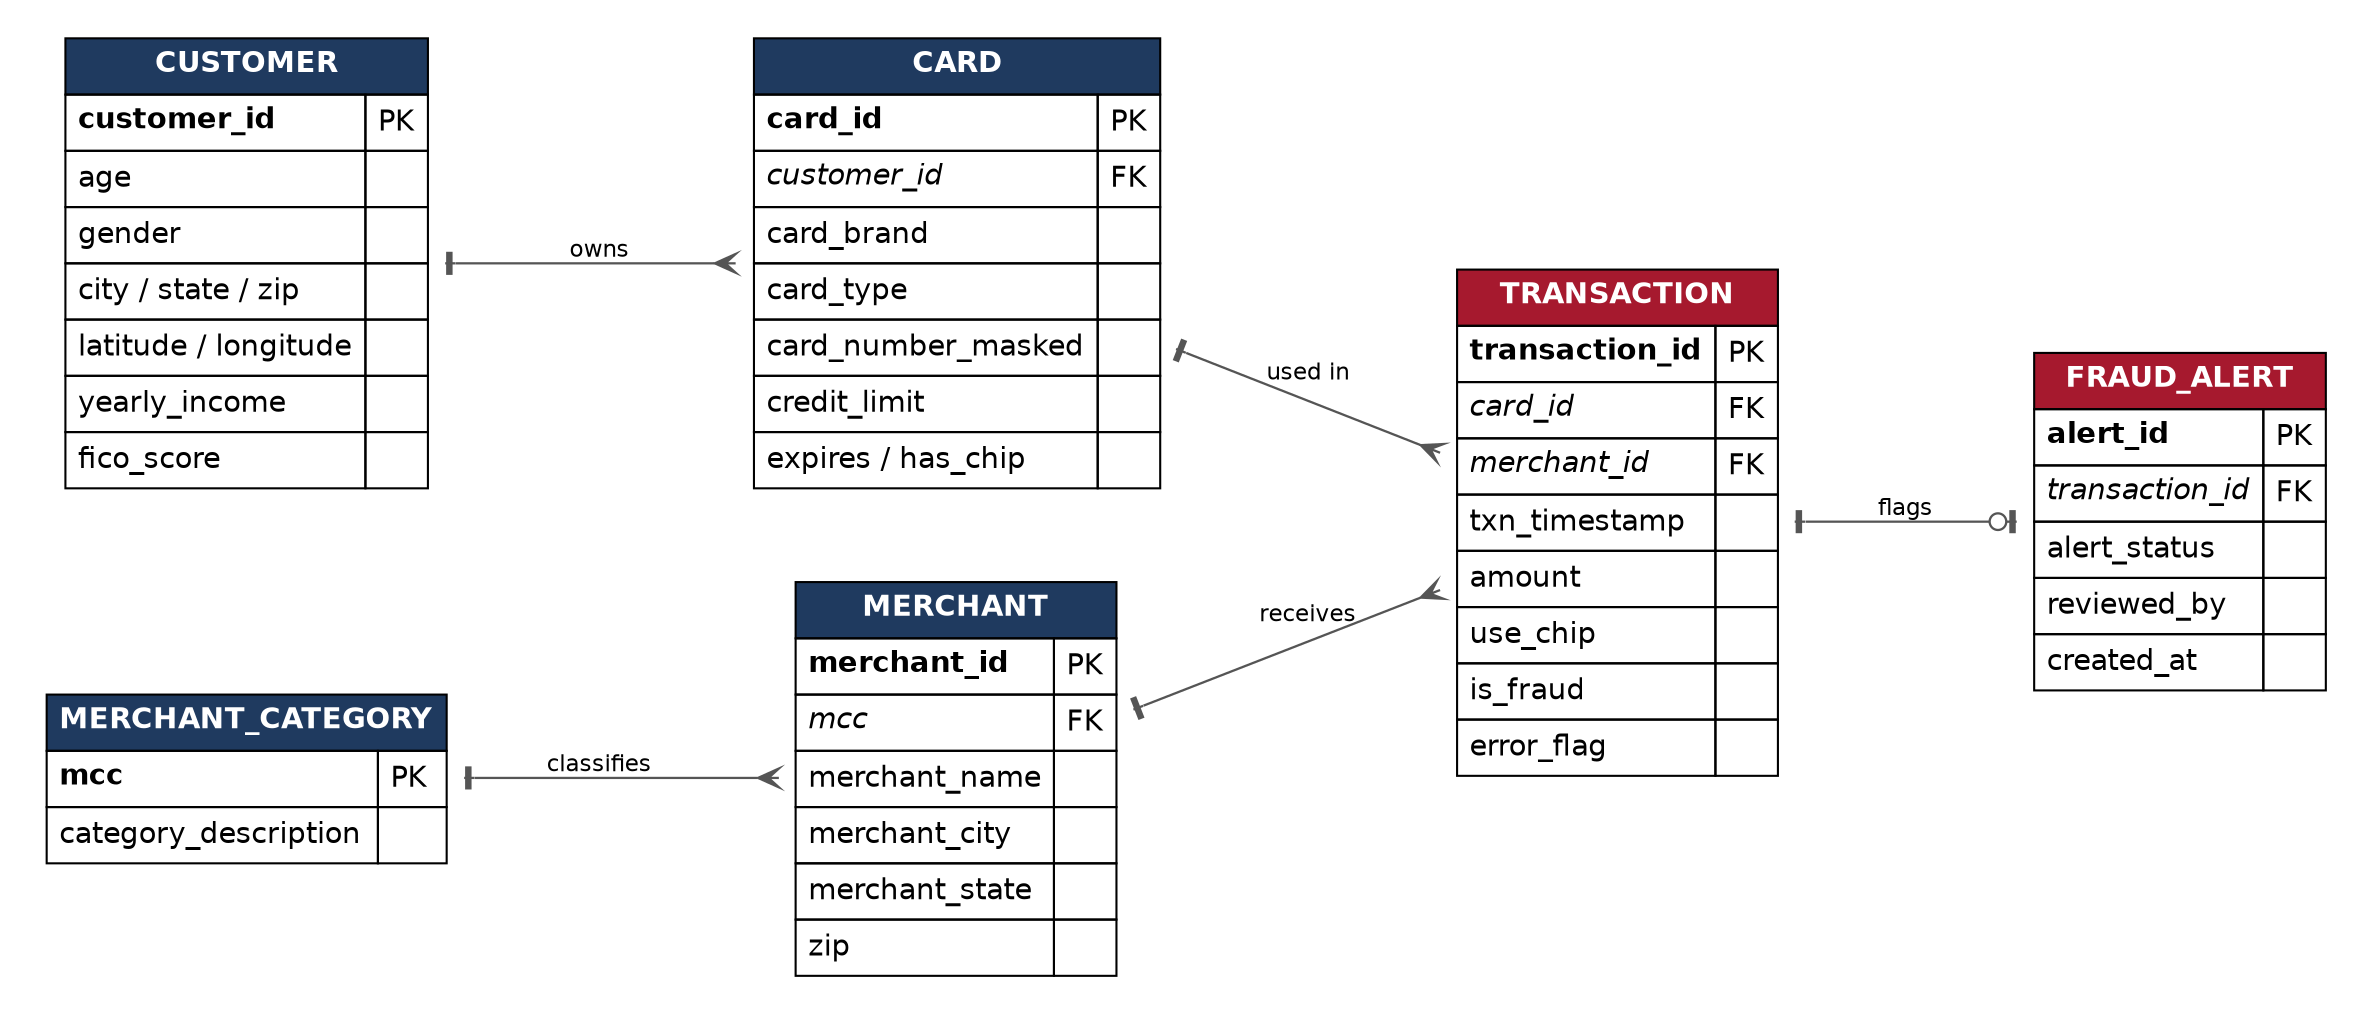
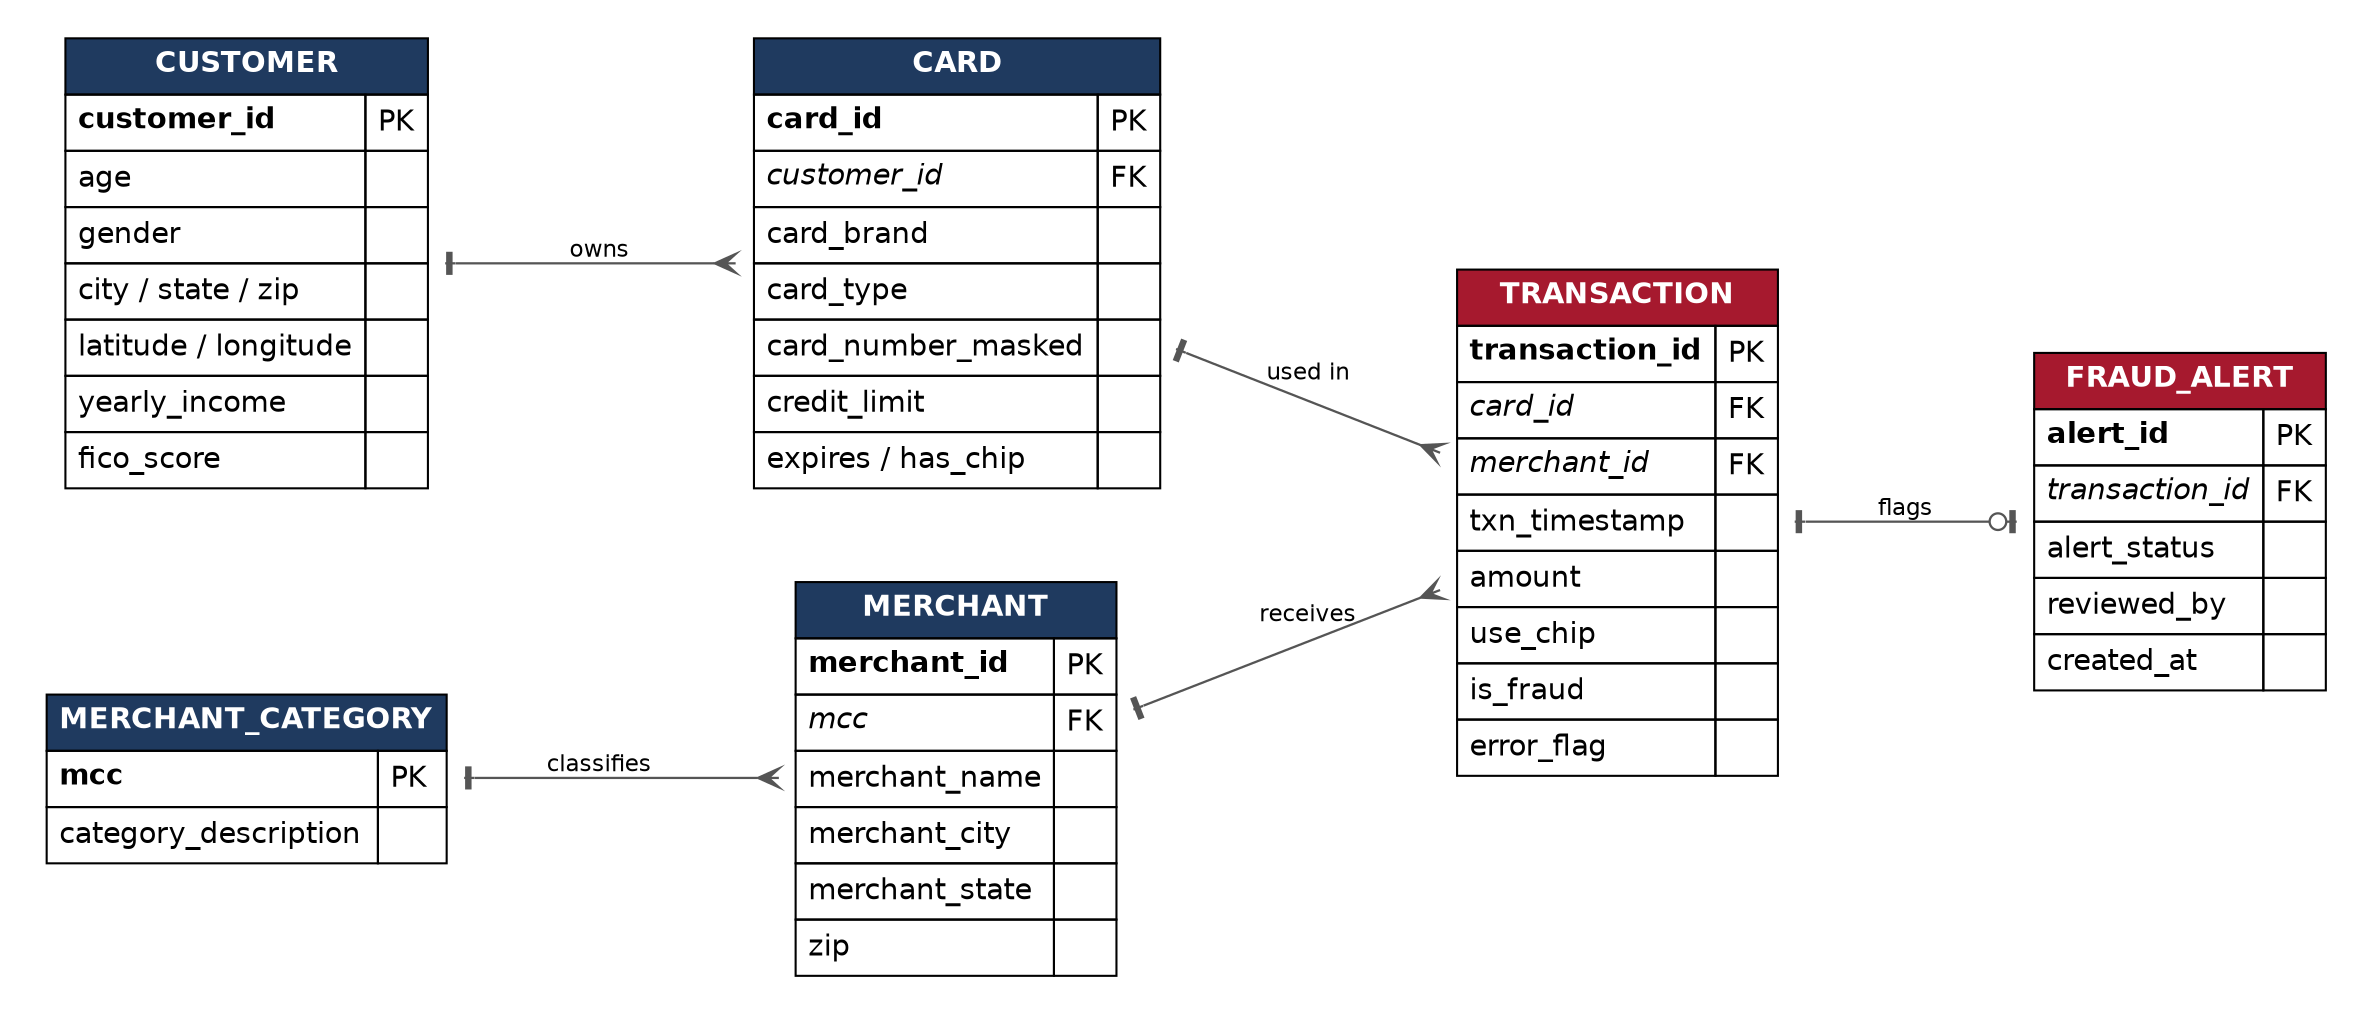
digraph ER {
-   graph [rankdir=LR, splines=spline, nodesep=0.5, ranksep=1.1, bgcolor=transparent, pad=0.2];
+   graph [rankdir=LR, splines=spline, nodesep=0.5, ranksep=1.1, bgcolor="white", pad=0.2];
  node  [shape=plaintext, fontname="Helvetica"];
  edge  [fontname="Helvetica", fontsize=11, color="#555555", dir=both, penwidth=1.1];

  CUSTOMER [label=<
    <table border="0" cellborder="1" cellspacing="0" cellpadding="5">
      <tr><td bgcolor="#1F3A5F" colspan="2"><font color="white"><b>CUSTOMER</b></font></td></tr>
      <tr><td align="left"><b>customer_id</b></td><td align="left">PK</td></tr>
      <tr><td align="left">age</td><td align="left"></td></tr>
      <tr><td align="left">gender</td><td align="left"></td></tr>
      <tr><td align="left">city / state / zip</td><td align="left"></td></tr>
      <tr><td align="left">latitude / longitude</td><td align="left"></td></tr>
      <tr><td align="left">yearly_income</td><td align="left"></td></tr>
      <tr><td align="left">fico_score</td><td align="left"></td></tr>
    </table>>];

  CARD [label=<
    <table border="0" cellborder="1" cellspacing="0" cellpadding="5">
      <tr><td bgcolor="#1F3A5F" colspan="2"><font color="white"><b>CARD</b></font></td></tr>
      <tr><td align="left"><b>card_id</b></td><td align="left">PK</td></tr>
      <tr><td align="left"><i>customer_id</i></td><td align="left">FK</td></tr>
      <tr><td align="left">card_brand</td><td align="left"></td></tr>
      <tr><td align="left">card_type</td><td align="left"></td></tr>
      <tr><td align="left">card_number_masked</td><td align="left"></td></tr>
      <tr><td align="left">credit_limit</td><td align="left"></td></tr>
      <tr><td align="left">expires / has_chip</td><td align="left"></td></tr>
    </table>>];

  TRANSACTION [label=<
    <table border="0" cellborder="1" cellspacing="0" cellpadding="5">
      <tr><td bgcolor="#A6192E" colspan="2"><font color="white"><b>TRANSACTION</b></font></td></tr>
      <tr><td align="left"><b>transaction_id</b></td><td align="left">PK</td></tr>
      <tr><td align="left"><i>card_id</i></td><td align="left">FK</td></tr>
      <tr><td align="left"><i>merchant_id</i></td><td align="left">FK</td></tr>
      <tr><td align="left">txn_timestamp</td><td align="left"></td></tr>
      <tr><td align="left">amount</td><td align="left"></td></tr>
      <tr><td align="left">use_chip</td><td align="left"></td></tr>
      <tr><td align="left">is_fraud</td><td align="left"></td></tr>
      <tr><td align="left">error_flag</td><td align="left"></td></tr>
    </table>>];

  MERCHANT [label=<
    <table border="0" cellborder="1" cellspacing="0" cellpadding="5">
      <tr><td bgcolor="#1F3A5F" colspan="2"><font color="white"><b>MERCHANT</b></font></td></tr>
      <tr><td align="left"><b>merchant_id</b></td><td align="left">PK</td></tr>
      <tr><td align="left"><i>mcc</i></td><td align="left">FK</td></tr>
      <tr><td align="left">merchant_name</td><td align="left"></td></tr>
      <tr><td align="left">merchant_city</td><td align="left"></td></tr>
      <tr><td align="left">merchant_state</td><td align="left"></td></tr>
      <tr><td align="left">zip</td><td align="left"></td></tr>
    </table>>];

  MCAT [label=<
    <table border="0" cellborder="1" cellspacing="0" cellpadding="5">
      <tr><td bgcolor="#1F3A5F" colspan="2"><font color="white"><b>MERCHANT_CATEGORY</b></font></td></tr>
      <tr><td align="left"><b>mcc</b></td><td align="left">PK</td></tr>
      <tr><td align="left">category_description</td><td align="left"></td></tr>
    </table>>];

  ALERT [label=<
    <table border="0" cellborder="1" cellspacing="0" cellpadding="5">
      <tr><td bgcolor="#A6192E" colspan="2"><font color="white"><b>FRAUD_ALERT</b></font></td></tr>
      <tr><td align="left"><b>alert_id</b></td><td align="left">PK</td></tr>
      <tr><td align="left"><i>transaction_id</i></td><td align="left">FK</td></tr>
      <tr><td align="left">alert_status</td><td align="left"></td></tr>
      <tr><td align="left">reviewed_by</td><td align="left"></td></tr>
      <tr><td align="left">created_at</td><td align="left"></td></tr>
    </table>>];

  CUSTOMER -> CARD        [arrowtail=tee, arrowhead=crow, label="owns"];
  CARD     -> TRANSACTION [arrowtail=tee, arrowhead=crow, label="used in"];
  MERCHANT -> TRANSACTION [arrowtail=tee, arrowhead=crow, label="receives"];
  MCAT     -> MERCHANT    [arrowtail=tee, arrowhead=crow, label="classifies"];
  TRANSACTION -> ALERT    [arrowtail=tee, arrowhead=teeodot, label="flags"];
}
